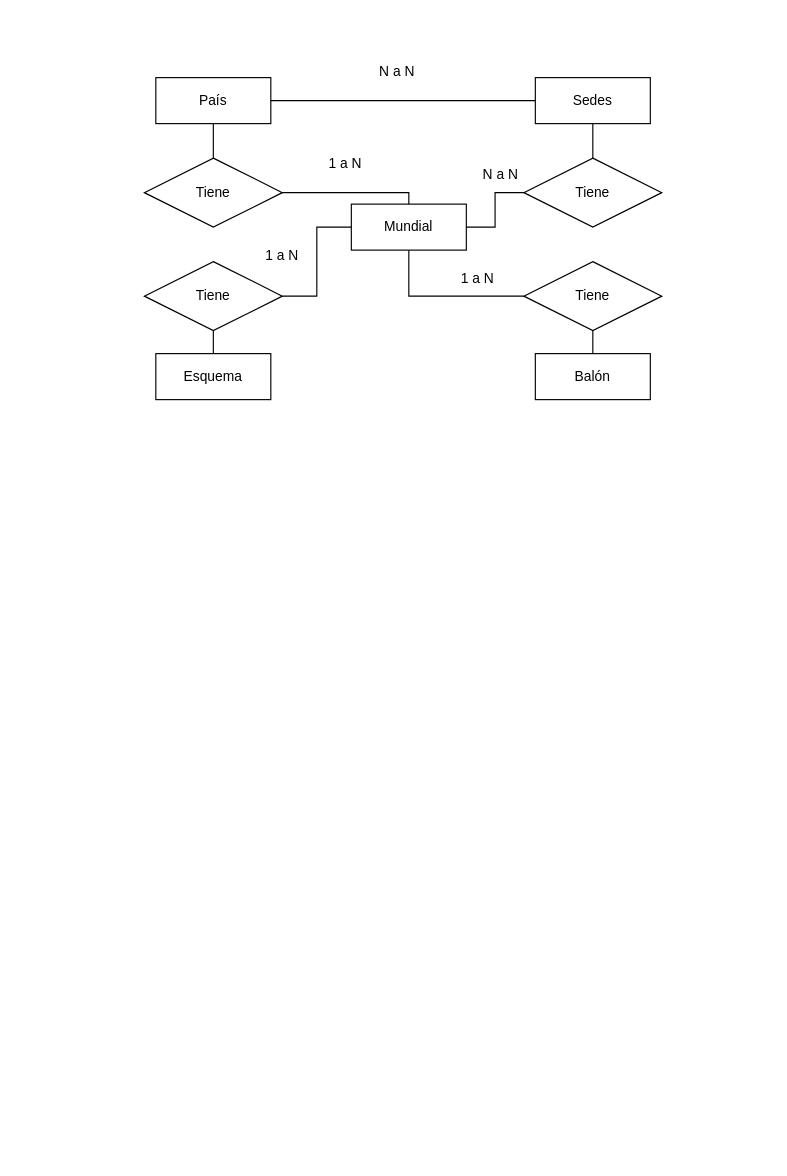
Before: Mundiales.drawio in luis6a/mundial, a draw.io diagram. Source tidied: cells renumbered, new cells numbered last; positions are measured from the earlier drawing's top-left corner, leaving out a move shared by most shapes. Both pictures are drawn from the tidied source at 115%, with x=0, y=0 at pixel (144, 54).
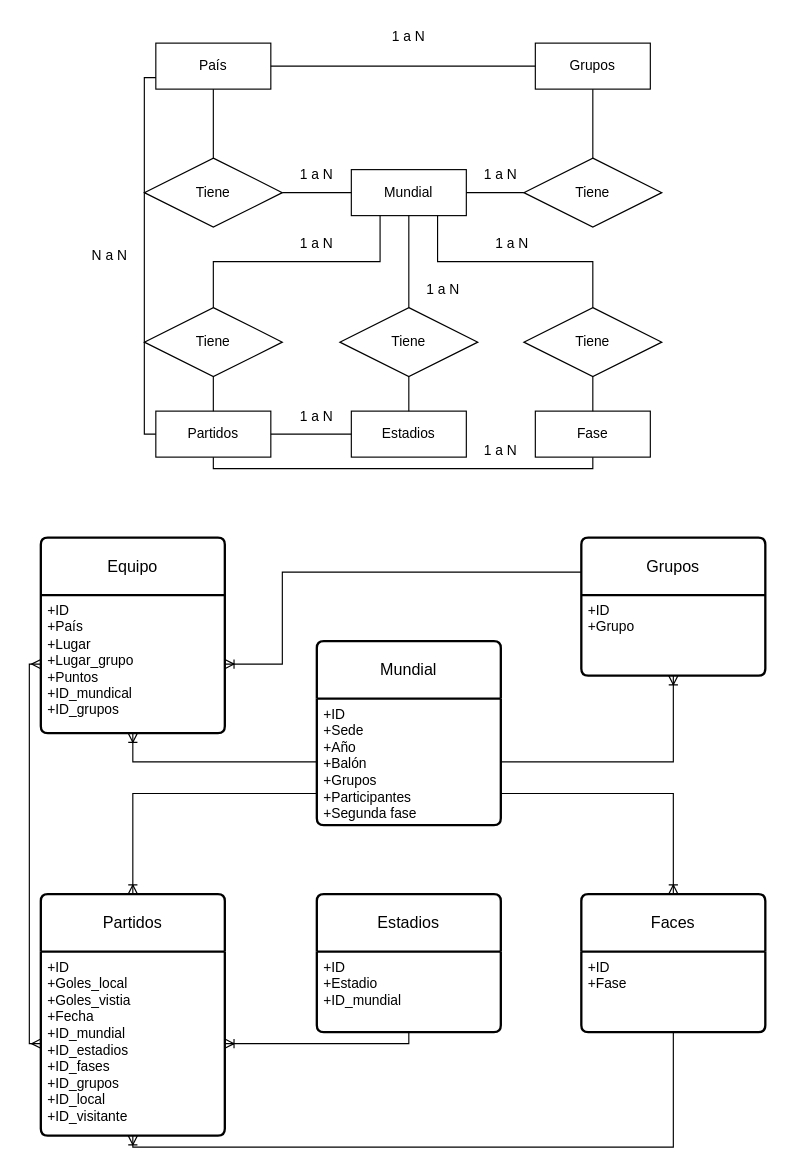
The same page after the edit.

The change refers to these unchanged cells:
```xml
<mxCell id="7" value="Tiene" style="shape=rhombus;perimeter=rhombusPerimeter;whiteSpace=wrap;html=1;align=center;" parent="1" vertex="1">
  <mxGeometry y="90" width="120" height="60" as="geometry" />
</mxCell>
<mxCell id="9" value="Tiene" style="shape=rhombus;perimeter=rhombusPerimeter;whiteSpace=wrap;html=1;align=center;" parent="1" vertex="1">
  <mxGeometry x="330" y="90" width="120" height="60" as="geometry" />
</mxCell>
```

Diff of the diagram source:
```diff
@@
     <mxCell id="2" value="Mundial" style="whiteSpace=wrap;html=1;align=center;" parent="1" vertex="1">
-      <mxGeometry x="180" y="130" width="100" height="40" as="geometry" />
+      <mxGeometry x="180" y="100" width="100" height="40" as="geometry" />
     </mxCell>
     <mxCell id="3" value="País" style="whiteSpace=wrap;html=1;align=center;" parent="1" vertex="1">
-      <mxGeometry x="10" y="20" width="100" height="40" as="geometry" />
+      <mxGeometry x="10" y="-10" width="100" height="40" as="geometry" />
     </mxCell>
-    <mxCell id="4" value="Balón" style="whiteSpace=wrap;html=1;align=center;" parent="1" vertex="1">
-      <mxGeometry x="340" y="260" width="100" height="40" as="geometry" />
-    </mxCell>
-    <mxCell id="5" value="Esquema" style="whiteSpace=wrap;html=1;align=center;" parent="1" vertex="1">
-      <mxGeometry x="10" y="260" width="100" height="40" as="geometry" />
+    <mxCell id="5" value="Partidos" style="whiteSpace=wrap;html=1;align=center;" parent="1" vertex="1">
+      <mxGeometry x="10" y="310" width="100" height="40" as="geometry" />
     </mxCell>
-    <mxCell id="6" value="Sedes" style="whiteSpace=wrap;html=1;align=center;" parent="1" vertex="1">
-      <mxGeometry x="340" y="20" width="100" height="40" as="geometry" />
+    <mxCell id="6" value="Grupos" style="whiteSpace=wrap;html=1;align=center;" parent="1" vertex="1">
+      <mxGeometry x="340" y="-10" width="100" height="40" as="geometry" />
     </mxCell>
@@
     <mxCell id="8" value="Tiene" style="shape=rhombus;perimeter=rhombusPerimeter;whiteSpace=wrap;html=1;align=center;" parent="1" vertex="1">
-      <mxGeometry y="180" width="120" height="60" as="geometry" />
+      <mxGeometry y="220" width="120" height="60" as="geometry" />
     </mxCell>
@@
-    <mxCell id="10" value="Tiene" style="shape=rhombus;perimeter=rhombusPerimeter;whiteSpace=wrap;html=1;align=center;" parent="1" vertex="1">
-      <mxGeometry x="330" y="180" width="120" height="60" as="geometry" />
-    </mxCell>
@@
-    <mxCell id="13" style="endArrow=none;html=1;rounded=0;exitX=0.5;exitY=1;exitDx=0;exitDy=0;entryX=0.5;entryY=0;entryDx=0;entryDy=0;" parent="1" edge="1" source="10" target="4">
-      <mxGeometry relative="1" as="geometry" />
-    </mxCell>
@@
+    <mxCell id="18" style="endArrow=none;html=1;rounded=0;entryX=0;entryY=0.5;entryDx=0;entryDy=0;exitX=1;exitY=0.5;exitDx=0;exitDy=0;edgeStyle=orthogonalEdgeStyle;" parent="1" edge="1" source="2" target="9">
+      <mxGeometry relative="1" as="geometry" />
+    </mxCell>
+    <mxCell id="21" value="1 a N" style="text;html=1;strokeColor=none;fillColor=none;align=center;verticalAlign=middle;whiteSpace=wrap;rounded=0;" parent="1" vertex="1">
+      <mxGeometry x="120" y="150" width="60" height="30" as="geometry" />
+    </mxCell>
+    <mxCell id="24" value="1 a N" style="text;html=1;strokeColor=none;fillColor=none;align=center;verticalAlign=middle;whiteSpace=wrap;rounded=0;" parent="1" vertex="1">
+      <mxGeometry x="280" y="90" width="60" height="30" as="geometry" />
+    </mxCell>
+    <mxCell id="25" style="endArrow=none;html=1;rounded=0;entryX=0;entryY=0.75;entryDx=0;entryDy=0;exitX=0;exitY=0.5;exitDx=0;exitDy=0;edgeStyle=orthogonalEdgeStyle;" parent="1" edge="1" source="5" target="3">
+      <mxGeometry relative="1" as="geometry" />
+    </mxCell>
+    <mxCell id="26" style="endArrow=none;html=1;rounded=0;entryX=0.5;entryY=0;entryDx=0;entryDy=0;exitX=0.25;exitY=1;exitDx=0;exitDy=0;edgeStyle=orthogonalEdgeStyle;" parent="1" edge="1" source="2" target="8">
+      <mxGeometry relative="1" as="geometry" />
+    </mxCell>
+    <mxCell id="20" value="N a N" style="text;html=1;strokeColor=none;fillColor=none;align=center;verticalAlign=middle;whiteSpace=wrap;rounded=0;" parent="1" vertex="1">
+      <mxGeometry x="-60" y="160" width="60" height="30" as="geometry" />
+    </mxCell>
-    <mxCell id="15" style="endArrow=none;html=1;rounded=0;exitX=1;exitY=0.5;exitDx=0;exitDy=0;entryX=0.5;entryY=0;entryDx=0;entryDy=0;edgeStyle=orthogonalEdgeStyle;" parent="1" edge="1" source="7" target="2">
+    <mxCell id="15" style="endArrow=none;html=1;rounded=0;exitX=1;exitY=0.5;exitDx=0;exitDy=0;entryX=0;entryY=0.5;entryDx=0;entryDy=0;edgeStyle=orthogonalEdgeStyle;" parent="1" edge="1" source="7" target="2">
       <mxGeometry relative="1" as="geometry" />
     </mxCell>
-    <mxCell id="16" style="endArrow=none;html=1;rounded=0;exitX=1;exitY=0.5;exitDx=0;exitDy=0;entryX=0;entryY=0.5;entryDx=0;entryDy=0;edgeStyle=orthogonalEdgeStyle;" parent="1" edge="1" source="8" target="2">
-      <mxGeometry relative="1" as="geometry" />
-    </mxCell>
-    <mxCell id="17" style="endArrow=none;html=1;rounded=0;exitX=0.5;exitY=1;exitDx=0;exitDy=0;entryX=0;entryY=0.5;entryDx=0;entryDy=0;edgeStyle=orthogonalEdgeStyle;" parent="1" edge="1" source="2" target="10">
-      <mxGeometry relative="1" as="geometry" />
-    </mxCell>
-    <mxCell id="18" style="endArrow=none;html=1;rounded=0;entryX=0;entryY=0.5;entryDx=0;entryDy=0;exitX=1;exitY=0.5;exitDx=0;exitDy=0;edgeStyle=orthogonalEdgeStyle;" parent="1" edge="1" source="2" target="9">
-      <mxGeometry relative="1" as="geometry" />
-    </mxCell>
+    <mxCell id="22" value="1 a N" style="text;html=1;strokeColor=none;fillColor=none;align=center;verticalAlign=middle;whiteSpace=wrap;rounded=0;" parent="1" vertex="1">
+      <mxGeometry x="120" y="90" width="60" height="30" as="geometry" />
+    </mxCell>
+    <mxCell id="27" value="Estadios" style="whiteSpace=wrap;html=1;align=center;" parent="1" vertex="1">
+      <mxGeometry x="180" y="310" width="100" height="40" as="geometry" />
+    </mxCell>
+    <mxCell id="28" value="Tiene" style="shape=rhombus;perimeter=rhombusPerimeter;whiteSpace=wrap;html=1;align=center;" parent="1" vertex="1">
+      <mxGeometry x="170" y="220" width="120" height="60" as="geometry" />
+    </mxCell>
+    <mxCell id="29" style="endArrow=none;html=1;rounded=0;exitX=0.5;exitY=1;exitDx=0;exitDy=0;entryX=0.5;entryY=0;entryDx=0;entryDy=0;" parent="1" edge="1" source="28" target="27">
+      <mxGeometry relative="1" as="geometry" />
+    </mxCell>
+    <mxCell id="30" value="Fase" style="whiteSpace=wrap;html=1;align=center;" parent="1" vertex="1">
+      <mxGeometry x="340" y="310" width="100" height="40" as="geometry" />
+    </mxCell>
+    <mxCell id="31" value="Tiene" style="shape=rhombus;perimeter=rhombusPerimeter;whiteSpace=wrap;html=1;align=center;" parent="1" vertex="1">
+      <mxGeometry x="330" y="220" width="120" height="60" as="geometry" />
+    </mxCell>
+    <mxCell id="32" style="endArrow=none;html=1;rounded=0;exitX=0.5;exitY=1;exitDx=0;exitDy=0;entryX=0.5;entryY=0;entryDx=0;entryDy=0;" parent="1" edge="1" source="31" target="30">
+      <mxGeometry relative="1" as="geometry" />
+    </mxCell>
@@
-    <mxCell id="20" value="N a N" style="text;html=1;strokeColor=none;fillColor=none;align=center;verticalAlign=middle;whiteSpace=wrap;rounded=0;" parent="1" vertex="1">
-      <mxGeometry x="190" width="60" height="30" as="geometry" />
-    </mxCell>
-    <mxCell id="21" value="1 a N" style="text;html=1;strokeColor=none;fillColor=none;align=center;verticalAlign=middle;whiteSpace=wrap;rounded=0;" parent="1" vertex="1">
-      <mxGeometry x="90" y="160" width="60" height="30" as="geometry" />
-    </mxCell>
-    <mxCell id="22" value="1 a N" style="text;html=1;strokeColor=none;fillColor=none;align=center;verticalAlign=middle;whiteSpace=wrap;rounded=0;" parent="1" vertex="1">
-      <mxGeometry x="145" y="80" width="60" height="30" as="geometry" />
-    </mxCell>
-    <mxCell id="23" value="1 a N" style="text;html=1;strokeColor=none;fillColor=none;align=center;verticalAlign=middle;whiteSpace=wrap;rounded=0;" parent="1" vertex="1">
-      <mxGeometry x="260" y="180" width="60" height="30" as="geometry" />
-    </mxCell>
-    <mxCell id="24" value="N a N" style="text;html=1;strokeColor=none;fillColor=none;align=center;verticalAlign=middle;whiteSpace=wrap;rounded=0;" parent="1" vertex="1">
-      <mxGeometry x="280" y="90" width="60" height="30" as="geometry" />
-    </mxCell>
+    <mxCell id="33" style="endArrow=none;html=1;rounded=0;entryX=0.5;entryY=1;entryDx=0;entryDy=0;exitX=0.5;exitY=0;exitDx=0;exitDy=0;" parent="1" edge="1" source="28" target="2">
+      <mxGeometry relative="1" as="geometry" />
+    </mxCell>
+    <mxCell id="34" style="endArrow=none;html=1;rounded=0;entryX=0.5;entryY=0;entryDx=0;entryDy=0;exitX=0.75;exitY=1;exitDx=0;exitDy=0;edgeStyle=orthogonalEdgeStyle;" parent="1" edge="1" source="2" target="31">
+      <mxGeometry relative="1" as="geometry" />
+    </mxCell>
+    <mxCell id="35" value="1 a N" style="text;html=1;strokeColor=none;fillColor=none;align=center;verticalAlign=middle;whiteSpace=wrap;rounded=0;" parent="1" vertex="1">
+      <mxGeometry x="200" y="-30" width="60" height="30" as="geometry" />
+    </mxCell>
+    <mxCell id="36" value="1 a N" style="text;html=1;strokeColor=none;fillColor=none;align=center;verticalAlign=middle;whiteSpace=wrap;rounded=0;" parent="1" vertex="1">
+      <mxGeometry x="290" y="150" width="60" height="30" as="geometry" />
+    </mxCell>
+    <mxCell id="37" value="1 a N" style="text;html=1;strokeColor=none;fillColor=none;align=center;verticalAlign=middle;whiteSpace=wrap;rounded=0;" parent="1" vertex="1">
+      <mxGeometry x="230" y="190" width="60" height="30" as="geometry" />
+    </mxCell>
+    <mxCell id="38" style="endArrow=none;html=1;rounded=0;exitX=1;exitY=0.5;exitDx=0;exitDy=0;entryX=0;entryY=0.5;entryDx=0;entryDy=0;" parent="1" edge="1" source="5" target="27">
+      <mxGeometry relative="1" as="geometry" />
+    </mxCell>
+    <mxCell id="39" value="1 a N" style="text;html=1;strokeColor=none;fillColor=none;align=center;verticalAlign=middle;whiteSpace=wrap;rounded=0;" parent="1" vertex="1">
+      <mxGeometry x="120" y="300" width="60" height="30" as="geometry" />
+    </mxCell>
+    <mxCell id="40" style="endArrow=none;html=1;rounded=0;entryX=0.5;entryY=1;entryDx=0;entryDy=0;exitX=0.5;exitY=1;exitDx=0;exitDy=0;edgeStyle=orthogonalEdgeStyle;" parent="1" edge="1" source="5" target="30">
+      <mxGeometry relative="1" as="geometry" />
+    </mxCell>
+    <mxCell id="41" value="1 a N" style="text;html=1;strokeColor=none;fillColor=none;align=center;verticalAlign=middle;whiteSpace=wrap;rounded=0;" parent="1" vertex="1">
+      <mxGeometry x="280" y="330" width="60" height="30" as="geometry" />
+    </mxCell>
+    <mxCell id="42" value="Mundial" style="swimlane;horizontal=1;startSize=50;rounded=1;fontSize=14;fontStyle=0;strokeWidth=2;shadow=0;dashed=0;align=center;arcSize=4;whiteSpace=wrap;html=1;" parent="1" vertex="1">
+      <mxGeometry x="150" y="510" width="160" height="160" as="geometry" />
+    </mxCell>
+    <mxCell id="43" value="+ID&lt;br&gt;+Sede&lt;br&gt;+Año&lt;br&gt;+Balón&lt;br&gt;+Grupos&lt;br&gt;+Participantes&lt;br&gt;+Segunda fase" style="align=left;strokeColor=none;fillColor=none;spacingLeft=4;fontSize=12;verticalAlign=top;html=1;" parent="42" vertex="1">
+      <mxGeometry y="50" width="160" height="110" as="geometry" />
+    </mxCell>
+    <mxCell id="44" value="Equipo" style="swimlane;horizontal=1;startSize=50;rounded=1;fontSize=14;fontStyle=0;strokeWidth=2;shadow=0;dashed=0;align=center;arcSize=4;whiteSpace=wrap;html=1;" parent="1" vertex="1">
+      <mxGeometry x="-90" y="420" width="160" height="170" as="geometry" />
+    </mxCell>
+    <mxCell id="45" value="+ID&lt;br&gt;+País&lt;br&gt;+Lugar&lt;br&gt;+Lugar_grupo&lt;br&gt;+Puntos&lt;br&gt;+ID_mundical&lt;br&gt;+ID_grupos" style="align=left;strokeColor=none;fillColor=none;spacingLeft=4;fontSize=12;verticalAlign=top;html=1;" parent="44" vertex="1">
+      <mxGeometry y="50" width="160" height="120" as="geometry" />
+    </mxCell>
+    <mxCell id="46" value="Partidos" style="swimlane;horizontal=1;startSize=50;rounded=1;fontSize=14;fontStyle=0;strokeWidth=2;shadow=0;dashed=0;align=center;arcSize=4;whiteSpace=wrap;html=1;" parent="1" vertex="1">
+      <mxGeometry x="-90" y="730" width="160" height="210" as="geometry" />
+    </mxCell>
+    <mxCell id="47" value="+ID&lt;br&gt;+Goles_local&lt;br&gt;+Goles_vistia&lt;br&gt;+Fecha&lt;br&gt;+ID_mundial&lt;br&gt;+ID_estadios&lt;br&gt;+ID_fases&lt;br&gt;+ID_grupos&lt;br&gt;+ID_local&lt;br&gt;+ID_visitante" style="align=left;strokeColor=none;fillColor=none;spacingLeft=4;fontSize=12;verticalAlign=top;html=1;" parent="46" vertex="1">
+      <mxGeometry y="50" width="160" height="160" as="geometry" />
+    </mxCell>
+    <mxCell id="48" value="Estadios" style="swimlane;horizontal=1;startSize=50;rounded=1;fontSize=14;fontStyle=0;strokeWidth=2;shadow=0;dashed=0;align=center;arcSize=4;whiteSpace=wrap;html=1;" parent="1" vertex="1">
+      <mxGeometry x="150" y="730" width="160" height="120" as="geometry" />
+    </mxCell>
+    <mxCell id="49" value="+ID&lt;br&gt;+Estadio&lt;br&gt;+ID_mundial" style="align=left;strokeColor=none;fillColor=none;spacingLeft=4;fontSize=12;verticalAlign=top;html=1;" parent="48" vertex="1">
+      <mxGeometry y="50" width="160" height="70" as="geometry" />
+    </mxCell>
+    <mxCell id="50" value="Grupos" style="swimlane;horizontal=1;startSize=50;rounded=1;fontSize=14;fontStyle=0;strokeWidth=2;shadow=0;dashed=0;align=center;arcSize=4;whiteSpace=wrap;html=1;" parent="1" vertex="1">
+      <mxGeometry x="380" y="420" width="160" height="120" as="geometry" />
+    </mxCell>
+    <mxCell id="51" value="+ID&lt;br&gt;+Grupo" style="align=left;strokeColor=none;fillColor=none;spacingLeft=4;fontSize=12;verticalAlign=top;html=1;" parent="50" vertex="1">
+      <mxGeometry y="50" width="160" height="70" as="geometry" />
+    </mxCell>
+    <mxCell id="52" value="Faces" style="swimlane;horizontal=1;startSize=50;rounded=1;fontSize=14;fontStyle=0;strokeWidth=2;shadow=0;dashed=0;align=center;arcSize=4;whiteSpace=wrap;html=1;" parent="1" vertex="1">
+      <mxGeometry x="380" y="730" width="160" height="120" as="geometry" />
+    </mxCell>
+    <mxCell id="53" value="+ID&lt;br&gt;+Fase" style="align=left;strokeColor=none;fillColor=none;spacingLeft=4;fontSize=12;verticalAlign=top;html=1;" parent="52" vertex="1">
+      <mxGeometry y="50" width="160" height="70" as="geometry" />
+    </mxCell>
+    <mxCell id="54" style="edgeStyle=orthogonalEdgeStyle;fontSize=12;html=1;endArrow=ERoneToMany;rounded=0;entryX=0.5;entryY=1;entryDx=0;entryDy=0;exitX=0;exitY=0.5;exitDx=0;exitDy=0;" parent="1" edge="1" source="43" target="45">
+      <mxGeometry relative="1" as="geometry" />
+    </mxCell>
+    <mxCell id="55" style="edgeStyle=orthogonalEdgeStyle;fontSize=12;html=1;endArrow=ERoneToMany;rounded=0;entryX=1;entryY=0.5;entryDx=0;entryDy=0;exitX=0;exitY=0.25;exitDx=0;exitDy=0;" parent="1" edge="1" source="50" target="45">
+      <mxGeometry relative="1" as="geometry">
+        <Array as="points">
+          <mxPoint x="120" y="450" />
+          <mxPoint x="120" y="530" />
+        </Array>
+      </mxGeometry>
+    </mxCell>
+    <mxCell id="56" style="edgeStyle=orthogonalEdgeStyle;fontSize=12;html=1;endArrow=ERoneToMany;rounded=0;entryX=0.5;entryY=1;entryDx=0;entryDy=0;exitX=1;exitY=0.5;exitDx=0;exitDy=0;" parent="1" edge="1" source="43" target="51">
+      <mxGeometry relative="1" as="geometry">
+        <Array as="points">
+          <mxPoint x="460" y="615" />
+        </Array>
+      </mxGeometry>
+    </mxCell>
+    <mxCell id="57" style="edgeStyle=orthogonalEdgeStyle;fontSize=12;html=1;endArrow=ERoneToMany;rounded=0;entryX=1;entryY=0.5;entryDx=0;entryDy=0;exitX=0.5;exitY=1;exitDx=0;exitDy=0;" parent="1" edge="1" source="49" target="47">
+      <mxGeometry relative="1" as="geometry" />
+    </mxCell>
+    <mxCell id="58" style="edgeStyle=orthogonalEdgeStyle;fontSize=12;html=1;endArrow=ERoneToMany;rounded=0;entryX=0.5;entryY=1;entryDx=0;entryDy=0;exitX=0.5;exitY=1;exitDx=0;exitDy=0;" parent="1" edge="1" source="53" target="47">
+      <mxGeometry relative="1" as="geometry" />
+    </mxCell>
+    <mxCell id="59" style="edgeStyle=orthogonalEdgeStyle;fontSize=12;html=1;endArrow=ERoneToMany;rounded=0;exitX=0;exitY=0.75;exitDx=0;exitDy=0;entryX=0.5;entryY=0;entryDx=0;entryDy=0;" parent="1" edge="1" source="43" target="46">
+      <mxGeometry relative="1" as="geometry" />
+    </mxCell>
+    <mxCell id="60" style="edgeStyle=orthogonalEdgeStyle;fontSize=12;html=1;endArrow=ERmany;startArrow=ERmany;rounded=0;exitX=0;exitY=0.5;exitDx=0;exitDy=0;entryX=0;entryY=0.5;entryDx=0;entryDy=0;" parent="1" edge="1" source="47" target="45">
+      <mxGeometry relative="1" as="geometry" />
+    </mxCell>
+    <mxCell id="61" style="edgeStyle=orthogonalEdgeStyle;fontSize=12;html=1;endArrow=ERoneToMany;rounded=0;exitX=1;exitY=0.75;exitDx=0;exitDy=0;entryX=0.5;entryY=0;entryDx=0;entryDy=0;" parent="1" edge="1" source="43" target="52">
+      <mxGeometry relative="1" as="geometry" />
+    </mxCell>
```
